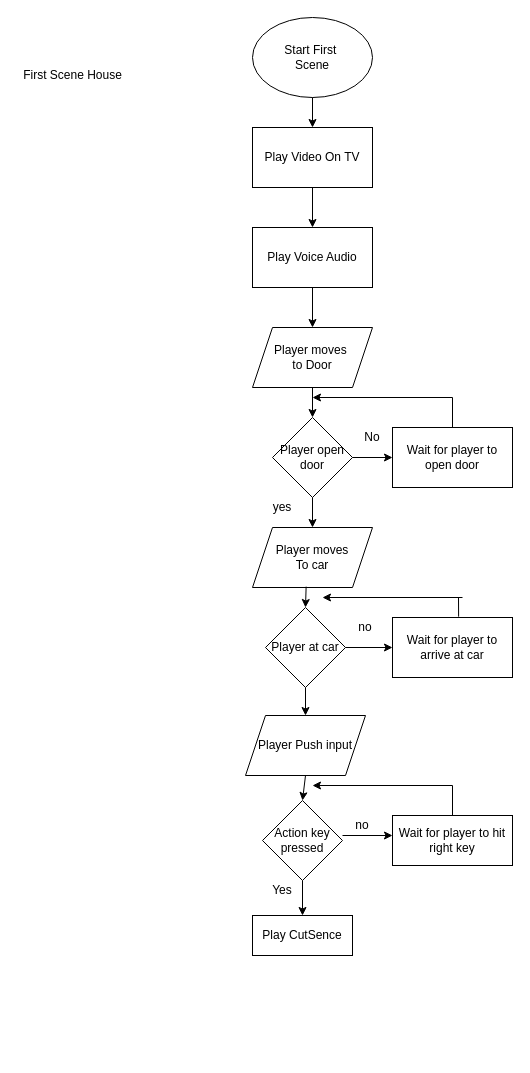
Above: page "Page-1" (1 of 2) of Untitled Diagram.drawio in bennyboy743/Walk-In-Woods-Main (draw.io), before the change. Source tidied: cells renumbered, new cells numbered last; positions are measured from the earlier drawing's top-left corner, leaving out a move shared by most shapes. Both pictures are drawn from the tidied source at 100%, with x=0, y=0 at pixel (17, 17).
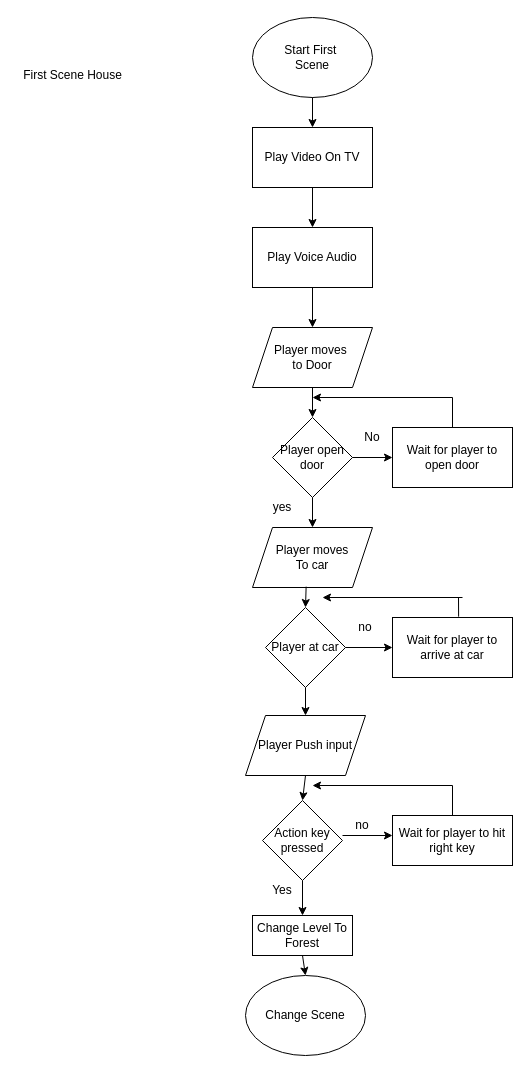
Above is the later version.

Commit message:
Finished House Scene

Diff of the diagram source:
```diff
@@
-    <mxCell id="38" value="Play CutSence&lt;br&gt;" style="rounded=0;whiteSpace=wrap;html=1;" parent="1" vertex="1">
+    <mxCell id="38" value="Change Level To Forest&lt;br&gt;" style="rounded=0;whiteSpace=wrap;html=1;" parent="1" vertex="1">
       <mxGeometry x="235" y="898" width="100" height="40" as="geometry" />
     </mxCell>
+    <mxCell id="39" value="Change Scene&lt;br&gt;" style="ellipse;whiteSpace=wrap;html=1;" parent="1" vertex="1">
+      <mxGeometry x="228" y="958" width="120" height="80" as="geometry" />
+    </mxCell>
+    <mxCell id="40" style="endArrow=classic;html=1;exitX=0.5;exitY=1;exitDx=0;exitDy=0;entryX=0.5;entryY=0;entryDx=0;entryDy=0;" parent="1" edge="1" source="38" target="39">
+      <mxGeometry relative="1" as="geometry" />
+    </mxCell>
```
